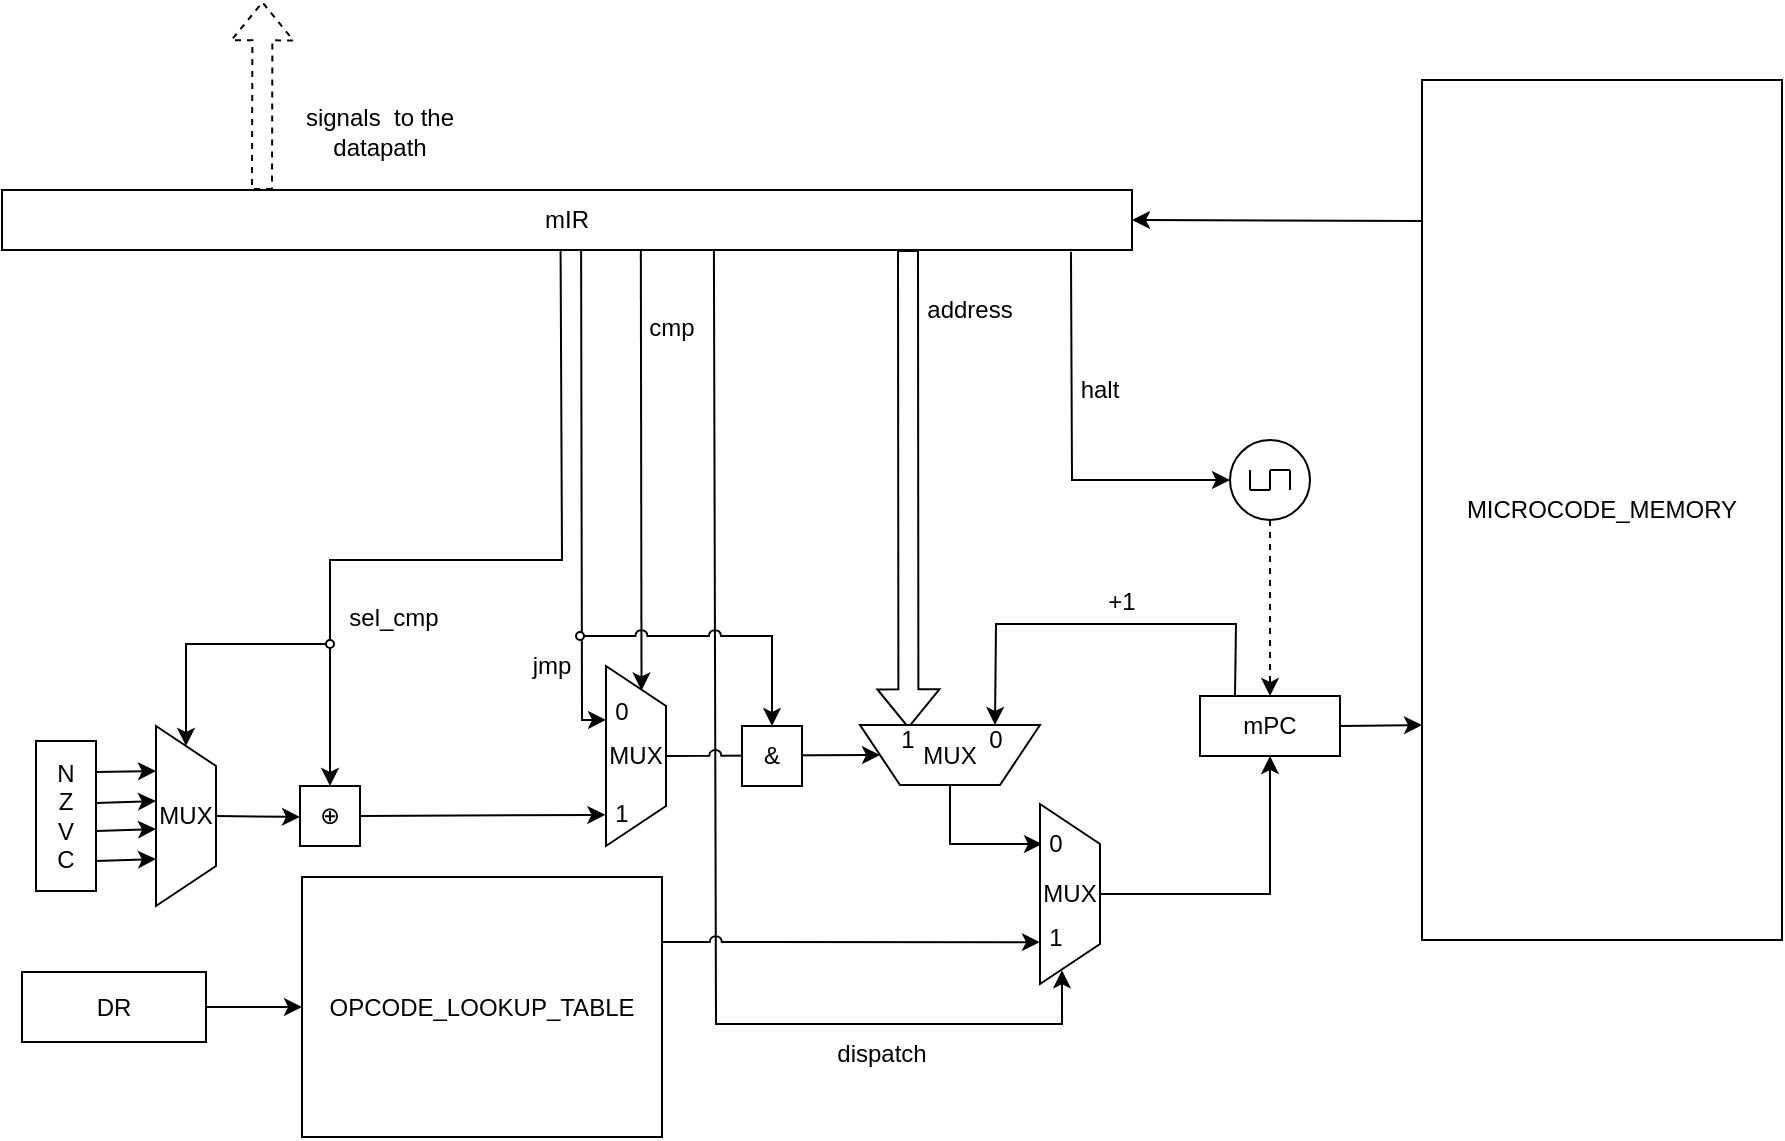
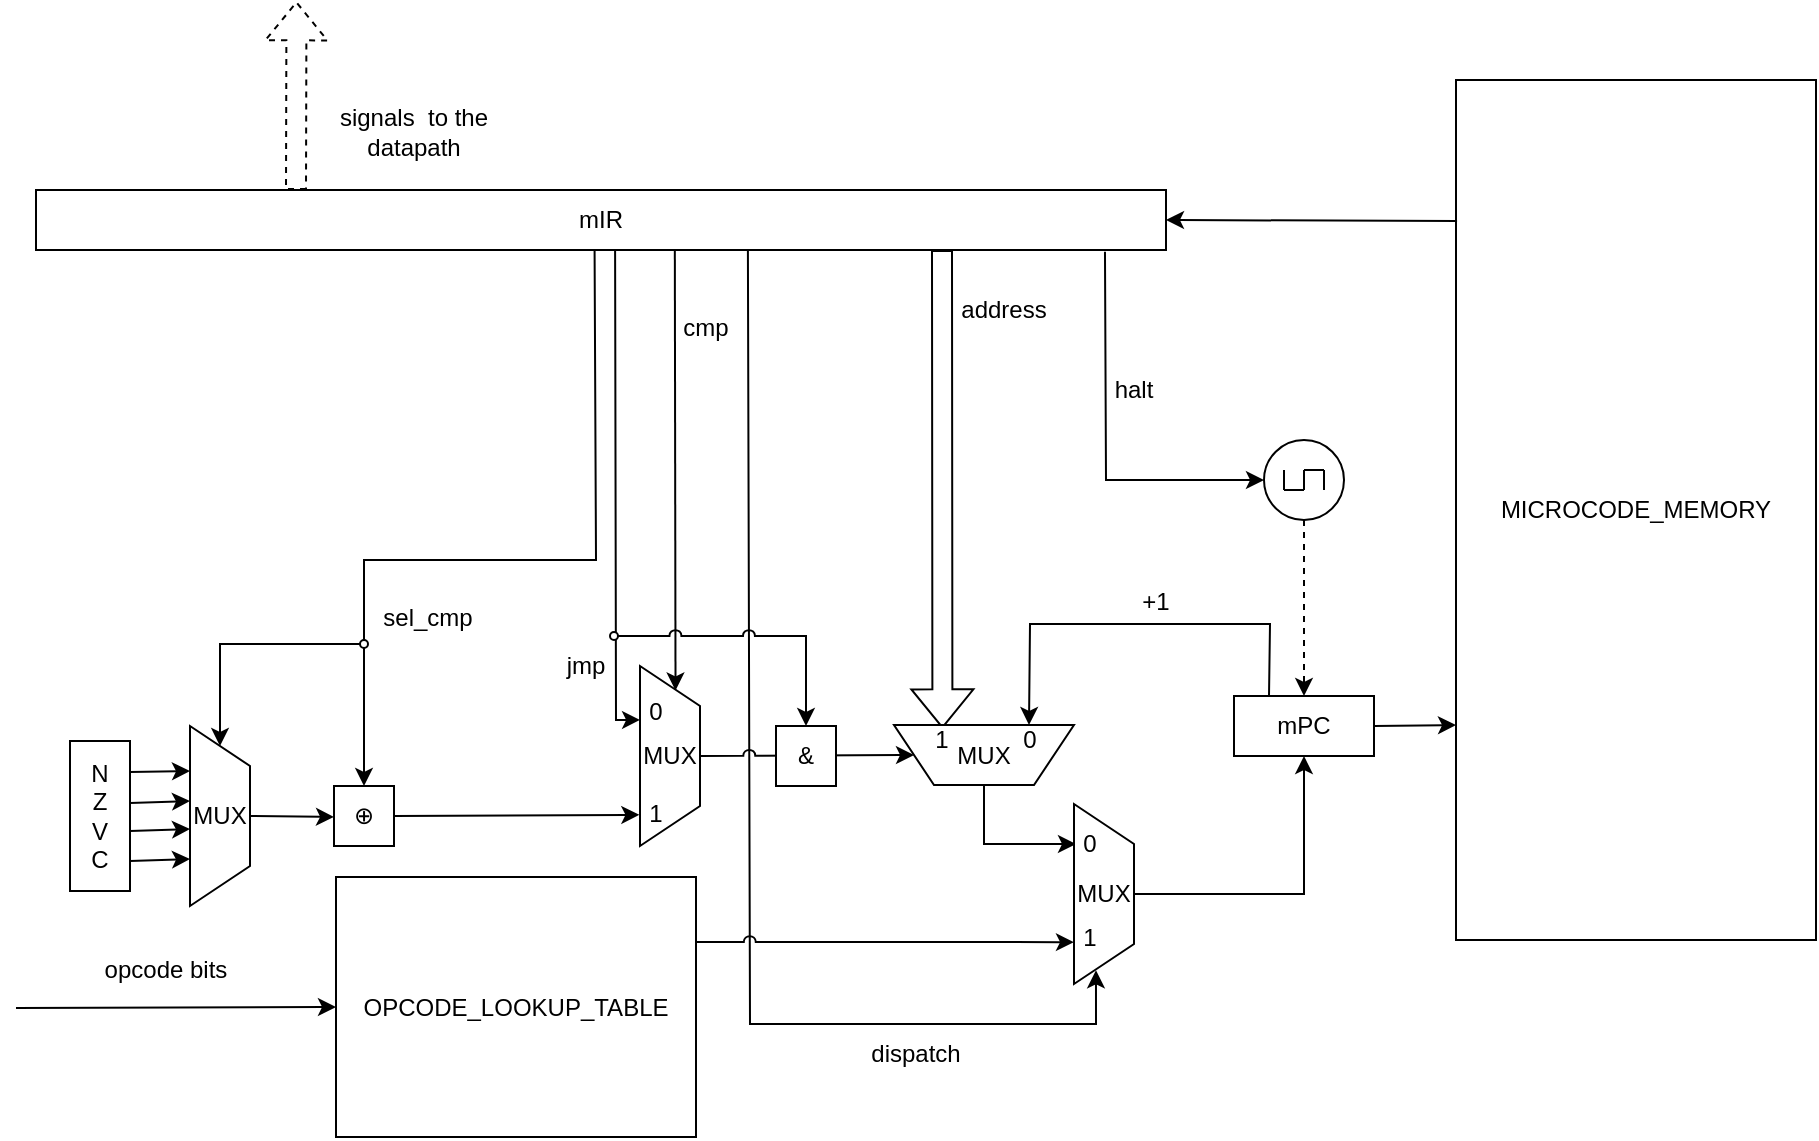
<mxfile host="Electron" agent="Mozilla/5.0 (X11; Linux x86_64) AppleWebKit/537.36 (KHTML, like Gecko) Chrome/136.0.0.0 Safari/537.36">
  <diagram name="Страница — 1" id="IUHHUsOvhiQDS1XtrzDv">
-     <mxGraphModel dx="1787" dy="1746" grid="1" gridSize="10" guides="1" tooltips="1" connect="1" arrows="1" fold="1" page="1" pageScale="1" pageWidth="827" pageHeight="1169" math="0" shadow="0">
+     <mxGraphModel dx="2219" dy="2031" grid="1" gridSize="10" guides="1" tooltips="1" connect="1" arrows="1" fold="1" page="1" pageScale="1" pageWidth="827" pageHeight="1169" math="0" shadow="0">
      <root>
        <mxCell id="0" />
        <mxCell id="1" parent="0" />
        <mxCell id="UMDEijwKjBP0KrCOsV-c-69" edge="1" parent="1" style="endArrow=classic;html=1;rounded=0;entryX=0.102;entryY=0.649;entryDx=0;entryDy=0;entryPerimeter=0;exitX=0.137;exitY=1.015;exitDx=0;exitDy=0;exitPerimeter=0;" target="UMDEijwKjBP0KrCOsV-c-86" value="">
          <mxGeometry height="50" relative="1" width="50" as="geometry">
            <Array as="points">
              <mxPoint x="80" y="-750" />
            </Array>
            <mxPoint x="79.55236999999966" y="-984.5500000000001" as="sourcePoint" />
            <mxPoint x="84" y="-864.5" as="targetPoint" />
          </mxGeometry>
        </mxCell>
        <mxCell id="UMDEijwKjBP0KrCOsV-c-75" edge="1" parent="1" source="UMDEijwKjBP0KrCOsV-c-3" style="endArrow=classic;html=1;rounded=0;exitX=0.63;exitY=0.967;exitDx=0;exitDy=0;exitPerimeter=0;entryX=0.649;entryY=1.038;entryDx=0;entryDy=0;entryPerimeter=0;" target="UMDEijwKjBP0KrCOsV-c-89" value="">
          <mxGeometry height="50" relative="1" width="50" as="geometry">
            <Array as="points">
              <mxPoint x="147" y="-598" />
              <mxPoint x="320" y="-598" />
            </Array>
            <mxPoint x="146.98329999999987" y="-803" as="sourcePoint" />
            <mxPoint x="322.0000000000002" y="-559.08" as="targetPoint" />
          </mxGeometry>
        </mxCell>
        <mxCell id="UMDEijwKjBP0KrCOsV-c-66" edge="1" parent="1" style="endArrow=classic;html=1;rounded=0;exitX=0.091;exitY=1.013;exitDx=0;exitDy=0;exitPerimeter=0;entryX=0.5;entryY=0;entryDx=0;entryDy=0;movable=1;resizable=1;rotatable=1;deletable=1;editable=1;locked=0;connectable=1;" target="UMDEijwKjBP0KrCOsV-c-55" value="">
          <mxGeometry height="50" relative="1" width="50" as="geometry">
            <Array as="points">
              <mxPoint x="70" y="-830" />
              <mxPoint x="-46" y="-830" />
            </Array>
            <mxPoint x="69.29390999999987" y="-984.61" as="sourcePoint" />
            <mxPoint x="119" y="-910" as="targetPoint" />
          </mxGeometry>
        </mxCell>
        <mxCell id="UMDEijwKjBP0KrCOsV-c-38" edge="1" parent="1" style="endArrow=classic;html=1;rounded=0;exitX=0.105;exitY=0.998;exitDx=0;exitDy=0;exitPerimeter=0;entryX=0.136;entryY=0.408;entryDx=0;entryDy=0;entryPerimeter=0;" target="UMDEijwKjBP0KrCOsV-c-52" value="">
          <mxGeometry height="50" relative="1" width="50" as="geometry">
            <mxPoint x="109.41604999999981" y="-985.06" as="sourcePoint" />
            <mxPoint x="109" y="-890" as="targetPoint" />
          </mxGeometry>
        </mxCell>
        <mxCell id="UMDEijwKjBP0KrCOsV-c-1" parent="1" style="whiteSpace=wrap;html=1;" value="mPC" vertex="1">
          <mxGeometry height="30" width="70" x="389" y="-762" as="geometry" />
        </mxCell>
        <mxCell id="UMDEijwKjBP0KrCOsV-c-2" parent="1" style="rounded=0;whiteSpace=wrap;html=1;" value="MICROCODE_MEMORY" vertex="1">
          <mxGeometry height="430" width="180" x="500" y="-1070" as="geometry" />
        </mxCell>
        <mxCell id="UMDEijwKjBP0KrCOsV-c-3" parent="1" style="whiteSpace=wrap;html=1;" value="mIR" vertex="1">
          <mxGeometry height="30" width="565" x="-210" y="-1015" as="geometry" />
        </mxCell>
        <mxCell id="UMDEijwKjBP0KrCOsV-c-4" edge="1" parent="1" source="UMDEijwKjBP0KrCOsV-c-2" style="endArrow=classic;html=1;rounded=0;exitX=0.003;exitY=0.164;exitDx=0;exitDy=0;entryX=1;entryY=0.5;entryDx=0;entryDy=0;exitPerimeter=0;" target="UMDEijwKjBP0KrCOsV-c-3" value="">
          <mxGeometry height="50" relative="1" width="50" as="geometry">
            <mxPoint x="410" y="-950" as="sourcePoint" />
            <mxPoint x="460" y="-1000" as="targetPoint" />
          </mxGeometry>
        </mxCell>
        <mxCell id="UMDEijwKjBP0KrCOsV-c-5" edge="1" parent="1" source="UMDEijwKjBP0KrCOsV-c-1" style="endArrow=classic;html=1;rounded=0;exitX=1;exitY=0.5;exitDx=0;exitDy=0;entryX=0;entryY=0.75;entryDx=0;entryDy=0;" target="UMDEijwKjBP0KrCOsV-c-2" value="">
          <mxGeometry height="50" relative="1" width="50" as="geometry">
            <mxPoint x="350" y="-840" as="sourcePoint" />
            <mxPoint x="400" y="-890" as="targetPoint" />
          </mxGeometry>
        </mxCell>
        <mxCell id="UMDEijwKjBP0KrCOsV-c-7" edge="1" parent="1" style="shape=flexArrow;endArrow=classic;html=1;rounded=0;exitX=0.842;exitY=0.011;exitDx=0;exitDy=0;dashed=1;exitPerimeter=0;" value="">
          <mxGeometry height="50" relative="1" width="50" as="geometry">
            <mxPoint x="-79.99557999999982" y="-1015.0000000000001" as="sourcePoint" />
            <mxPoint x="-79.77000000000001" y="-1109.33" as="targetPoint" />
          </mxGeometry>
        </mxCell>
        <mxCell id="UMDEijwKjBP0KrCOsV-c-8" parent="1" style="text;html=1;whiteSpace=wrap;strokeColor=none;fillColor=none;align=center;verticalAlign=middle;rounded=0;" value="signals&amp;nbsp; to the datapath" vertex="1">
          <mxGeometry height="30" width="106" x="-73.77000000000001" y="-1059.33" as="geometry" />
        </mxCell>
        <mxCell id="UMDEijwKjBP0KrCOsV-c-32" parent="1" style="rounded=0;whiteSpace=wrap;html=1;direction=south;" value="N&lt;br&gt;Z&lt;br&gt;V&lt;br&gt;C" vertex="1">
          <mxGeometry height="75" width="30" x="-193" y="-739.5" as="geometry" />
        </mxCell>
        <mxCell id="UMDEijwKjBP0KrCOsV-c-35" edge="1" parent="1" style="shape=flexArrow;endArrow=classic;html=1;rounded=0;entryX=0.731;entryY=0.944;entryDx=0;entryDy=0;entryPerimeter=0;" target="UMDEijwKjBP0KrCOsV-c-46" value="">
          <mxGeometry height="50" relative="1" width="50" as="geometry">
            <mxPoint x="243" y="-985" as="sourcePoint" />
            <mxPoint x="243" y="-860" as="targetPoint" />
          </mxGeometry>
        </mxCell>
        <mxCell id="UMDEijwKjBP0KrCOsV-c-40" parent="1" style="shape=trapezoid;perimeter=trapezoidPerimeter;whiteSpace=wrap;html=1;fixedSize=1;direction=east;rotation=90;horizontal=0;" value="MUX" vertex="1">
          <mxGeometry height="30" width="90" x="-163" y="-717" as="geometry" />
        </mxCell>
        <mxCell id="UMDEijwKjBP0KrCOsV-c-41" edge="1" parent="1" source="UMDEijwKjBP0KrCOsV-c-32" style="endArrow=classic;html=1;rounded=0;exitX=0.207;exitY=-0.001;exitDx=0;exitDy=0;exitPerimeter=0;entryX=0.25;entryY=1;entryDx=0;entryDy=0;" target="UMDEijwKjBP0KrCOsV-c-40" value="">
          <mxGeometry height="50" relative="1" width="50" as="geometry">
            <mxPoint x="-23" y="-589.5" as="sourcePoint" />
            <mxPoint x="27" y="-639.5" as="targetPoint" />
          </mxGeometry>
        </mxCell>
        <mxCell id="UMDEijwKjBP0KrCOsV-c-42" edge="1" parent="1" style="endArrow=classic;html=1;rounded=0;exitX=0.207;exitY=-0.001;exitDx=0;exitDy=0;exitPerimeter=0;entryX=0.25;entryY=1;entryDx=0;entryDy=0;" value="">
          <mxGeometry height="50" relative="1" width="50" as="geometry">
            <mxPoint x="-163" y="-708.5" as="sourcePoint" />
            <mxPoint x="-133" y="-709.5" as="targetPoint" />
          </mxGeometry>
        </mxCell>
        <mxCell id="UMDEijwKjBP0KrCOsV-c-43" edge="1" parent="1" style="endArrow=classic;html=1;rounded=0;exitX=0.207;exitY=-0.001;exitDx=0;exitDy=0;exitPerimeter=0;entryX=0.25;entryY=1;entryDx=0;entryDy=0;" value="">
          <mxGeometry height="50" relative="1" width="50" as="geometry">
            <mxPoint x="-163" y="-694.5" as="sourcePoint" />
            <mxPoint x="-133" y="-695.5" as="targetPoint" />
          </mxGeometry>
        </mxCell>
        <mxCell id="UMDEijwKjBP0KrCOsV-c-44" edge="1" parent="1" style="endArrow=classic;html=1;rounded=0;exitX=0.207;exitY=-0.001;exitDx=0;exitDy=0;exitPerimeter=0;entryX=0.25;entryY=1;entryDx=0;entryDy=0;" value="">
          <mxGeometry height="50" relative="1" width="50" as="geometry">
            <mxPoint x="-163" y="-679.5" as="sourcePoint" />
            <mxPoint x="-133" y="-680.5" as="targetPoint" />
          </mxGeometry>
        </mxCell>
        <mxCell id="UMDEijwKjBP0KrCOsV-c-45" edge="1" parent="1" source="UMDEijwKjBP0KrCOsV-c-40" style="endArrow=classic;html=1;rounded=0;exitX=0.5;exitY=0;exitDx=0;exitDy=0;" value="">
          <mxGeometry height="50" relative="1" width="50" as="geometry">
            <mxPoint x="-41" y="-697.5" as="sourcePoint" />
            <mxPoint x="-61" y="-701.5" as="targetPoint" />
          </mxGeometry>
        </mxCell>
        <mxCell id="UMDEijwKjBP0KrCOsV-c-46" parent="1" style="shape=trapezoid;perimeter=trapezoidPerimeter;whiteSpace=wrap;html=1;fixedSize=1;direction=south;rotation=90;horizontal=0;" value="MUX" vertex="1">
          <mxGeometry height="90" width="30" x="249" y="-777.5" as="geometry" />
        </mxCell>
        <mxCell id="UMDEijwKjBP0KrCOsV-c-48" edge="1" parent="1" source="UMDEijwKjBP0KrCOsV-c-1" style="endArrow=classic;html=1;rounded=0;entryX=0.25;entryY=1;entryDx=0;entryDy=0;exitX=0.25;exitY=0;exitDx=0;exitDy=0;" target="UMDEijwKjBP0KrCOsV-c-46" value="">
          <mxGeometry height="50" relative="1" width="50" as="geometry">
            <Array as="points">
              <mxPoint x="407" y="-798" />
              <mxPoint x="287" y="-798" />
            </Array>
            <mxPoint x="287" y="-788" as="sourcePoint" />
            <mxPoint x="280" y="-788" as="targetPoint" />
          </mxGeometry>
        </mxCell>
        <mxCell id="UMDEijwKjBP0KrCOsV-c-50" parent="1" style="text;html=1;whiteSpace=wrap;strokeColor=none;fillColor=none;align=center;verticalAlign=middle;rounded=0;" value="+1" vertex="1">
          <mxGeometry height="30" width="60" x="320" y="-824" as="geometry" />
        </mxCell>
        <mxCell id="UMDEijwKjBP0KrCOsV-c-51" edge="1" parent="1" source="UMDEijwKjBP0KrCOsV-c-46" style="endArrow=classic;html=1;rounded=0;exitX=0.5;exitY=0;exitDx=0;exitDy=0;" value="">
          <mxGeometry height="50" relative="1" width="50" as="geometry">
            <Array as="points">
              <mxPoint x="264" y="-688" />
            </Array>
            <mxPoint x="280" y="-758" as="sourcePoint" />
            <mxPoint x="310" y="-688" as="targetPoint" />
          </mxGeometry>
        </mxCell>
        <mxCell id="UMDEijwKjBP0KrCOsV-c-52" parent="1" style="shape=trapezoid;perimeter=trapezoidPerimeter;whiteSpace=wrap;html=1;fixedSize=1;direction=east;rotation=90;horizontal=0;" value="MUX" vertex="1">
          <mxGeometry height="30" width="90" x="62" y="-747" as="geometry" />
        </mxCell>
        <mxCell id="UMDEijwKjBP0KrCOsV-c-61" edge="1" parent="1" source="UMDEijwKjBP0KrCOsV-c-55" style="endArrow=classic;html=1;rounded=0;exitX=1;exitY=0.5;exitDx=0;exitDy=0;entryX=0.827;entryY=1.011;entryDx=0;entryDy=0;entryPerimeter=0;movable=1;resizable=1;rotatable=1;deletable=1;editable=1;locked=0;connectable=1;" target="UMDEijwKjBP0KrCOsV-c-52" value="">
          <mxGeometry height="50" relative="1" width="50" as="geometry">
            <mxPoint x="-26.999999999965667" y="-702" as="sourcePoint" />
            <mxPoint x="75.36999999999989" y="-702.23" as="targetPoint" />
          </mxGeometry>
        </mxCell>
        <mxCell id="UMDEijwKjBP0KrCOsV-c-62" parent="1" style="ellipse;whiteSpace=wrap;html=1;aspect=fixed;fillColor=light-dark(#FFFFFF,#FFFFFF);" value="" vertex="1">
          <mxGeometry height="4" width="4" x="-48" y="-790" as="geometry" />
        </mxCell>
        <mxCell id="UMDEijwKjBP0KrCOsV-c-64" edge="1" parent="1" source="UMDEijwKjBP0KrCOsV-c-62" style="endArrow=classic;html=1;rounded=0;exitX=0;exitY=0.5;exitDx=0;exitDy=0;entryX=0;entryY=0.5;entryDx=0;entryDy=0;" target="UMDEijwKjBP0KrCOsV-c-40" value="">
          <mxGeometry height="50" relative="1" width="50" as="geometry">
            <Array as="points">
              <mxPoint x="-118" y="-788" />
            </Array>
            <mxPoint x="-33" y="-804" as="sourcePoint" />
            <mxPoint x="-93" y="-791" as="targetPoint" />
          </mxGeometry>
        </mxCell>
        <mxCell id="UMDEijwKjBP0KrCOsV-c-65" edge="1" parent="1" source="UMDEijwKjBP0KrCOsV-c-52" style="endArrow=classic;html=1;rounded=0;entryX=1;entryY=0.5;entryDx=0;entryDy=0;exitX=0.5;exitY=0;exitDx=0;exitDy=0;jumpStyle=arc;" target="UMDEijwKjBP0KrCOsV-c-46" value="">
          <mxGeometry height="50" relative="1" width="50" as="geometry">
            <mxPoint x="120" y="-738" as="sourcePoint" />
            <mxPoint x="170" y="-788" as="targetPoint" />
          </mxGeometry>
        </mxCell>
        <mxCell id="UMDEijwKjBP0KrCOsV-c-71" parent="1" style="text;html=1;whiteSpace=wrap;strokeColor=none;fillColor=none;align=center;verticalAlign=middle;rounded=0;" value="jmp" vertex="1">
          <mxGeometry height="30" width="60" x="35" y="-792" as="geometry" />
        </mxCell>
        <mxCell id="UMDEijwKjBP0KrCOsV-c-72" parent="1" style="text;html=1;whiteSpace=wrap;strokeColor=none;fillColor=none;align=center;verticalAlign=middle;rounded=0;" value="sel_cmp" vertex="1">
          <mxGeometry height="30" width="60" x="-44" y="-816" as="geometry" />
        </mxCell>
        <mxCell id="UMDEijwKjBP0KrCOsV-c-73" parent="1" style="text;html=1;whiteSpace=wrap;strokeColor=none;fillColor=none;align=center;verticalAlign=middle;rounded=0;" value="address" vertex="1">
          <mxGeometry height="30" width="60" x="244" y="-970" as="geometry" />
        </mxCell>
        <mxCell id="UMDEijwKjBP0KrCOsV-c-74" parent="1" style="rounded=0;whiteSpace=wrap;html=1;" value="OPCODE_LOOKUP_TABLE" vertex="1">
          <mxGeometry height="130" width="180" x="-60" y="-671.5" as="geometry" />
        </mxCell>
        <mxCell id="UMDEijwKjBP0KrCOsV-c-76" parent="1" style="text;html=1;whiteSpace=wrap;strokeColor=none;fillColor=none;align=center;verticalAlign=middle;rounded=0;" value="&lt;div&gt;dispatch&lt;/div&gt;" vertex="1">
          <mxGeometry height="30" width="60" x="200" y="-598" as="geometry" />
        </mxCell>
        <mxCell id="UMDEijwKjBP0KrCOsV-c-77" parent="1" style="shape=trapezoid;perimeter=trapezoidPerimeter;whiteSpace=wrap;html=1;fixedSize=1;direction=east;rotation=90;horizontal=0;" value="MUX" vertex="1">
          <mxGeometry height="30" width="90" x="279" y="-678" as="geometry" />
        </mxCell>
        <mxCell id="UMDEijwKjBP0KrCOsV-c-78" edge="1" parent="1" source="UMDEijwKjBP0KrCOsV-c-74" style="endArrow=classic;html=1;rounded=0;exitX=1;exitY=0.25;exitDx=0;exitDy=0;jumpStyle=arc;entryX=0.099;entryY=0.569;entryDx=0;entryDy=0;entryPerimeter=0;" target="UMDEijwKjBP0KrCOsV-c-89" value="">
          <mxGeometry height="50" relative="1" width="50" as="geometry">
            <mxPoint x="120" y="-628" as="sourcePoint" />
            <mxPoint x="290" y="-639" as="targetPoint" />
          </mxGeometry>
        </mxCell>
-         <mxCell id="UMDEijwKjBP0KrCOsV-c-79" edge="1" parent="1" source="UMDEijwKjBP0KrCOsV-c-80" style="endArrow=classic;html=1;rounded=0;entryX=0;entryY=0.5;entryDx=0;entryDy=0;exitX=1;exitY=0.5;exitDx=0;exitDy=0;" target="UMDEijwKjBP0KrCOsV-c-74" value="">
-           <mxGeometry height="50" relative="1" width="50" as="geometry">
-             <mxPoint x="-200" y="-606" as="sourcePoint" />
+         <mxCell id="UMDEijwKjBP0KrCOsV-c-79" edge="1" parent="1" style="endArrow=classic;html=1;rounded=0;entryX=0;entryY=0.5;entryDx=0;entryDy=0;" target="UMDEijwKjBP0KrCOsV-c-74" value="">
+           <mxGeometry height="50" relative="1" width="50" as="geometry">
+             <mxPoint x="-220" y="-606" as="sourcePoint" />
            <mxPoint x="10" y="-648" as="targetPoint" />
          </mxGeometry>
-         </mxCell>
-         <mxCell id="UMDEijwKjBP0KrCOsV-c-80" parent="1" style="rounded=0;whiteSpace=wrap;html=1;" value="DR" vertex="1">
-           <mxGeometry height="35" width="92" x="-200" y="-624" as="geometry" />
        </mxCell>
        <mxCell id="UMDEijwKjBP0KrCOsV-c-81" edge="1" parent="1" source="UMDEijwKjBP0KrCOsV-c-77" style="endArrow=classic;html=1;rounded=0;entryX=0.5;entryY=1;entryDx=0;entryDy=0;exitX=0.5;exitY=0;exitDx=0;exitDy=0;" target="UMDEijwKjBP0KrCOsV-c-1" value="">
          <mxGeometry height="50" relative="1" width="50" as="geometry">
            <Array as="points">
              <mxPoint x="424" y="-663" />
            </Array>
            <mxPoint x="310" y="-528" as="sourcePoint" />
            <mxPoint x="360" y="-578" as="targetPoint" />
          </mxGeometry>
        </mxCell>
        <mxCell id="UMDEijwKjBP0KrCOsV-c-83" parent="1" style="text;html=1;whiteSpace=wrap;strokeColor=none;fillColor=none;align=center;verticalAlign=middle;rounded=0;" value="1" vertex="1">
          <mxGeometry height="30" width="20" x="90" y="-718" as="geometry" />
        </mxCell>
        <mxCell id="UMDEijwKjBP0KrCOsV-c-84" parent="1" style="text;html=1;whiteSpace=wrap;strokeColor=none;fillColor=none;align=center;verticalAlign=middle;rounded=0;" value="cmp" vertex="1">
          <mxGeometry height="30" width="60" x="95" y="-961" as="geometry" />
        </mxCell>
        <mxCell id="UMDEijwKjBP0KrCOsV-c-86" parent="1" style="text;html=1;whiteSpace=wrap;strokeColor=none;fillColor=none;align=center;verticalAlign=middle;rounded=0;" value="0" vertex="1">
          <mxGeometry height="30" width="20" x="90" y="-769.5" as="geometry" />
        </mxCell>
        <mxCell id="UMDEijwKjBP0KrCOsV-c-87" parent="1" style="text;html=1;whiteSpace=wrap;strokeColor=none;fillColor=none;align=center;verticalAlign=middle;rounded=0;" value="0" vertex="1">
          <mxGeometry height="16" width="20" x="277" y="-748" as="geometry" />
        </mxCell>
        <mxCell id="UMDEijwKjBP0KrCOsV-c-88" parent="1" style="text;html=1;whiteSpace=wrap;strokeColor=none;fillColor=none;align=center;verticalAlign=middle;rounded=0;" value="1" vertex="1">
          <mxGeometry height="16" width="20" x="233.01" y="-748" as="geometry" />
        </mxCell>
        <mxCell id="UMDEijwKjBP0KrCOsV-c-89" parent="1" style="text;html=1;whiteSpace=wrap;strokeColor=none;fillColor=none;align=center;verticalAlign=middle;rounded=0;" value="1" vertex="1">
          <mxGeometry height="30" width="20" x="307.01" y="-656" as="geometry" />
        </mxCell>
        <mxCell id="UMDEijwKjBP0KrCOsV-c-90" parent="1" style="text;html=1;whiteSpace=wrap;strokeColor=none;fillColor=none;align=center;verticalAlign=middle;rounded=0;" value="0" vertex="1">
          <mxGeometry height="30" width="20" x="307" y="-703" as="geometry" />
        </mxCell>
        <mxCell id="UMDEijwKjBP0KrCOsV-c-54" connectable="0" parent="1" style="group;direction=east;" value="" vertex="1">
          <mxGeometry height="34" width="30" x="-61" y="-717" as="geometry" />
        </mxCell>
        <mxCell id="UMDEijwKjBP0KrCOsV-c-55" parent="UMDEijwKjBP0KrCOsV-c-54" style="whiteSpace=wrap;html=1;" value="⊕" vertex="1">
          <mxGeometry height="30" width="30" as="geometry" />
        </mxCell>
        <mxCell id="h1i_srdHn8sbLIJ9QBDX-2" parent="1" style="whiteSpace=wrap;html=1;" value="&amp;amp;" vertex="1">
          <mxGeometry height="30" width="30" x="160" y="-747" as="geometry" />
        </mxCell>
        <mxCell id="h1i_srdHn8sbLIJ9QBDX-3" parent="1" style="ellipse;whiteSpace=wrap;html=1;aspect=fixed;fillColor=light-dark(#FFFFFF,#FFFFFF);" value="" vertex="1">
          <mxGeometry height="4" width="4" x="77" y="-794" as="geometry" />
        </mxCell>
        <mxCell id="h1i_srdHn8sbLIJ9QBDX-4" edge="1" parent="1" source="h1i_srdHn8sbLIJ9QBDX-3" style="endArrow=classic;html=1;rounded=0;exitX=1;exitY=0.5;exitDx=0;exitDy=0;entryX=0.5;entryY=0;entryDx=0;entryDy=0;jumpStyle=arc;" target="h1i_srdHn8sbLIJ9QBDX-2" value="">
          <mxGeometry height="50" relative="1" width="50" as="geometry">
            <Array as="points">
              <mxPoint x="175" y="-792" />
            </Array>
            <mxPoint x="90" y="-778" as="sourcePoint" />
            <mxPoint x="140" y="-828" as="targetPoint" />
          </mxGeometry>
        </mxCell>
        <mxCell id="YCOcEUm0ce8C5M1Z1cSw-10" connectable="0" parent="1" style="group" value="" vertex="1">
          <mxGeometry height="40" width="40" x="404" y="-890" as="geometry" />
        </mxCell>
        <mxCell id="YCOcEUm0ce8C5M1Z1cSw-9" parent="YCOcEUm0ce8C5M1Z1cSw-10" style="ellipse;whiteSpace=wrap;html=1;aspect=fixed;" value="" vertex="1">
          <mxGeometry height="40" width="40" as="geometry" />
        </mxCell>
        <mxCell id="YCOcEUm0ce8C5M1Z1cSw-8" connectable="0" parent="YCOcEUm0ce8C5M1Z1cSw-10" style="group" value="" vertex="1">
          <mxGeometry height="10" width="20" x="10" y="15" as="geometry" />
        </mxCell>
        <mxCell id="YCOcEUm0ce8C5M1Z1cSw-2" edge="1" parent="YCOcEUm0ce8C5M1Z1cSw-8" style="endArrow=none;html=1;rounded=0;" value="">
          <mxGeometry height="50" relative="1" width="50" as="geometry">
            <mxPoint as="sourcePoint" />
            <mxPoint y="10" as="targetPoint" />
          </mxGeometry>
        </mxCell>
        <mxCell id="YCOcEUm0ce8C5M1Z1cSw-3" edge="1" parent="YCOcEUm0ce8C5M1Z1cSw-8" style="endArrow=none;html=1;rounded=0;" value="">
          <mxGeometry height="50" relative="1" width="50" as="geometry">
            <mxPoint y="10" as="sourcePoint" />
            <mxPoint x="10" y="10" as="targetPoint" />
          </mxGeometry>
        </mxCell>
        <mxCell id="YCOcEUm0ce8C5M1Z1cSw-4" edge="1" parent="YCOcEUm0ce8C5M1Z1cSw-8" style="endArrow=none;html=1;rounded=0;" value="">
          <mxGeometry height="50" relative="1" width="50" as="geometry">
            <mxPoint x="10" as="sourcePoint" />
            <mxPoint x="10" y="10" as="targetPoint" />
          </mxGeometry>
        </mxCell>
        <mxCell id="YCOcEUm0ce8C5M1Z1cSw-6" edge="1" parent="YCOcEUm0ce8C5M1Z1cSw-8" style="endArrow=none;html=1;rounded=0;" value="">
          <mxGeometry height="50" relative="1" width="50" as="geometry">
            <mxPoint x="10" as="sourcePoint" />
            <mxPoint x="20" as="targetPoint" />
          </mxGeometry>
        </mxCell>
        <mxCell id="YCOcEUm0ce8C5M1Z1cSw-7" edge="1" parent="YCOcEUm0ce8C5M1Z1cSw-8" style="endArrow=none;html=1;rounded=0;" value="">
          <mxGeometry height="50" relative="1" width="50" as="geometry">
            <mxPoint x="20" as="sourcePoint" />
            <mxPoint x="20" y="10" as="targetPoint" />
          </mxGeometry>
        </mxCell>
        <mxCell id="YCOcEUm0ce8C5M1Z1cSw-11" edge="1" parent="1" source="YCOcEUm0ce8C5M1Z1cSw-9" style="endArrow=classic;html=1;rounded=0;exitX=0.5;exitY=1;exitDx=0;exitDy=0;entryX=0.5;entryY=0;entryDx=0;entryDy=0;dashed=1;" target="UMDEijwKjBP0KrCOsV-c-1" value="">
          <mxGeometry height="50" relative="1" width="50" as="geometry">
            <mxPoint x="330" y="-840" as="sourcePoint" />
            <mxPoint x="380" y="-890" as="targetPoint" />
          </mxGeometry>
        </mxCell>
        <mxCell id="YCOcEUm0ce8C5M1Z1cSw-12" edge="1" parent="1" source="UMDEijwKjBP0KrCOsV-c-3" style="endArrow=classic;html=1;rounded=0;exitX=0.946;exitY=1.028;exitDx=0;exitDy=0;exitPerimeter=0;entryX=0;entryY=0.5;entryDx=0;entryDy=0;" target="YCOcEUm0ce8C5M1Z1cSw-9" value="">
          <mxGeometry height="50" relative="1" width="50" as="geometry">
            <Array as="points">
              <mxPoint x="325" y="-870" />
            </Array>
            <mxPoint x="330" y="-840" as="sourcePoint" />
            <mxPoint x="380" y="-890" as="targetPoint" />
          </mxGeometry>
        </mxCell>
        <mxCell id="YCOcEUm0ce8C5M1Z1cSw-13" parent="1" style="text;html=1;whiteSpace=wrap;strokeColor=none;fillColor=none;align=center;verticalAlign=middle;rounded=0;" value="halt" vertex="1">
          <mxGeometry height="30" width="60" x="309" y="-930" as="geometry" />
+         </mxCell>
+         <mxCell id="ubjrKT7fsjEcZrWyw2c5-1" parent="1" style="text;html=1;whiteSpace=wrap;strokeColor=none;fillColor=none;align=center;verticalAlign=middle;rounded=0;" value="opcode bits" vertex="1">
+           <mxGeometry height="30" width="150" x="-220" y="-640" as="geometry" />
        </mxCell>
      </root>
    </mxGraphModel>
  </diagram>
</mxfile>
